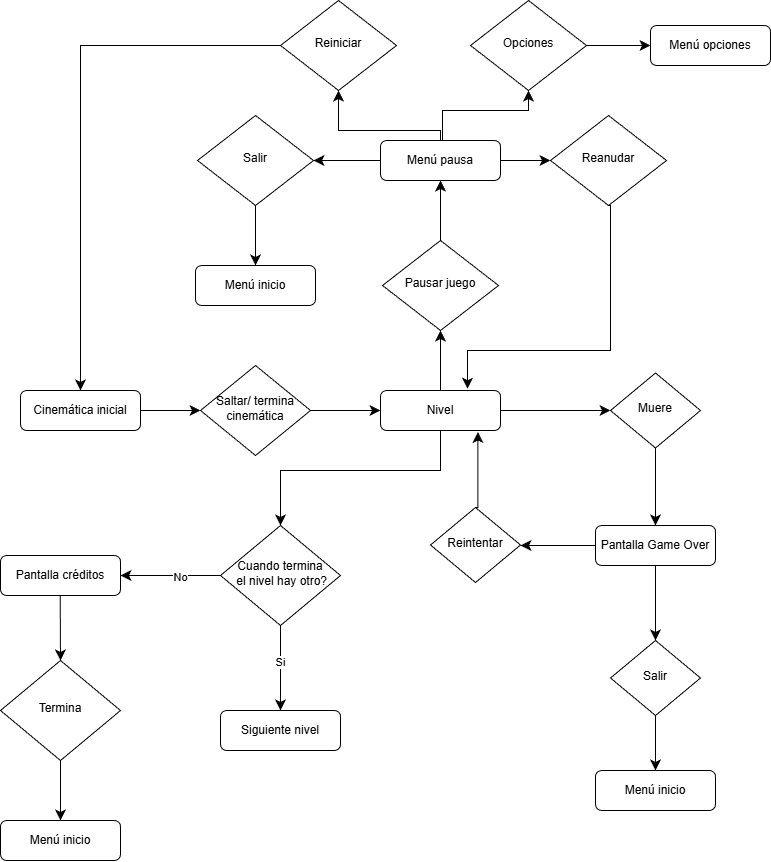
Earlier version of the draw.io export Imagenes_README/DiagramaflujoInGame.drawio.png (TheBigBoneTeam/Proyecto_Coyote). Source tidied: cells renumbered, new cells last; positions are measured from the earlier drawing's top-left corner, leaving out a move shared by most shapes.
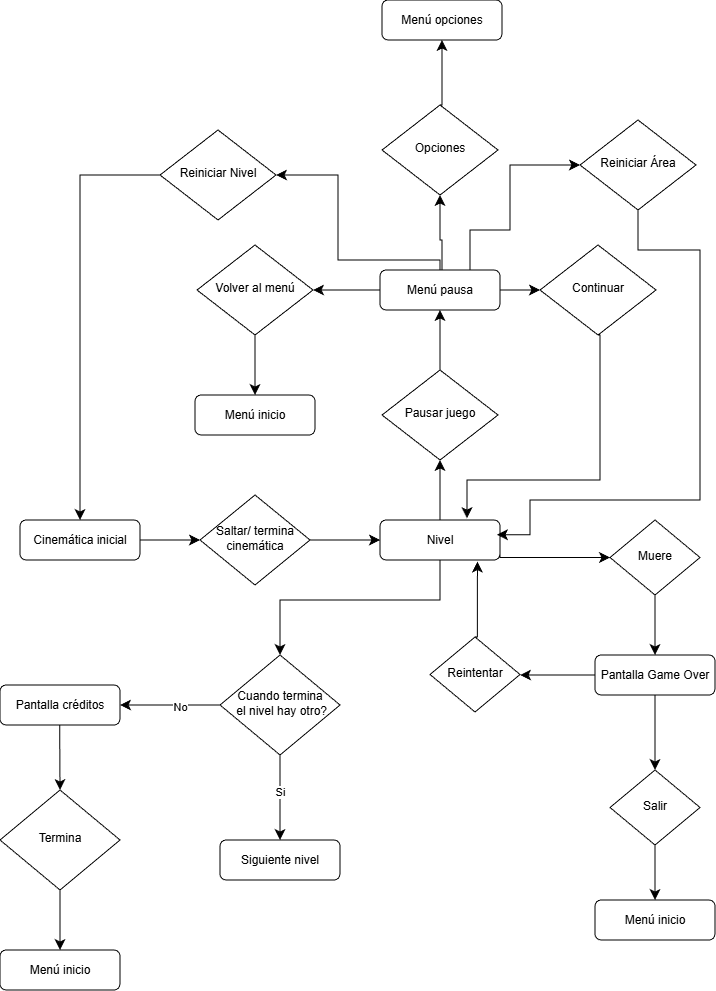
After the commit.

Diff of the diagram source:
```diff
@@ -58,24 +58,25 @@
     <mxCell id="18" style="edgeStyle=segmentEdgeStyle;endArrow=classic;html=1;curved=0;rounded=0;endSize=8;startSize=8;entryX=0.5;entryY=1;entryDx=0;entryDy=0;exitX=0.5;exitY=0;exitDx=0;exitDy=0;" parent="1" edge="1" source="8" target="2">
       <mxGeometry relative="1" as="geometry" />
     </mxCell>
-    <mxCell id="19" value="Reiniciar&lt;span style=&quot;color: rgba(0, 0, 0, 0); font-family: monospace; font-size: 0px; text-align: start; text-wrap-mode: nowrap;&quot;&gt;%3CmxGraphModel%3E%3Croot%3E%3CmxCell%20id%3D%220%22%2F%3E%3CmxCell%20id%3D%221%22%20parent%3D%220%22%2F%3E%3CmxCell%20id%3D%222%22%20value%3D%22Pausar%20juego%22%20style%3D%22rhombus%3BwhiteSpace%3Dwrap%3Bhtml%3D1%3Bshadow%3D0%3BfontFamily%3DHelvetica%3BfontSize%3D12%3Balign%3Dcenter%3BstrokeWidth%3D1%3Bspacing%3D6%3BspacingTop%3D-4%3B%22%20vertex%3D%221%22%20parent%3D%221%22%3E%3CmxGeometry%20x%3D%22402%22%20y%3D%22280%22%20width%3D%22116%22%20height%3D%2290%22%20as%3D%22geometry%22%2F%3E%3C%2FmxCell%3E%3C%2Froot%3E%3C%2FmxGraphModel%3E&lt;/span&gt;" style="rhombus;whiteSpace=wrap;html=1;shadow=0;fontFamily=Helvetica;fontSize=12;align=center;strokeWidth=1;spacing=6;spacingTop=-4;" parent="1" vertex="1">
-      <mxGeometry x="280" width="116" height="90" as="geometry" />
+    <mxCell id="19" value="Reiniciar Nivel&lt;span style=&quot;color: rgba(0, 0, 0, 0); font-family: monospace; font-size: 0px; text-align: start; text-wrap-mode: nowrap;&quot;&gt;%3CmxGraphModel%3E%3Croot%3E%3CmxCell%20id%3D%220%22%2F%3E%3CmxCell%20id%3D%221%22%20parent%3D%220%22%2F%3E%3CmxCell%20id%3D%222%22%20value%3D%22Pausar%20juego%22%20style%3D%22rhombus%3BwhiteSpace%3Dwrap%3Bhtml%3D1%3Bshadow%3D0%3BfontFamily%3DHelvetica%3BfontSize%3D12%3Balign%3Dcenter%3BstrokeWidth%3D1%3Bspacing%3D6%3BspacingTop%3D-4%3B%22%20vertex%3D%221%22%20parent%3D%221%22%3E%3CmxGeometry%20x%3D%22402%22%20y%3D%22280%22%20width%3D%22116%22%20height%3D%2290%22%20as%3D%22geometry%22%2F%3E%3C%2FmxCell%3E%3C%2Froot%3E%3C%2FmxGraphModel%3E&lt;/span&gt;" style="rhombus;whiteSpace=wrap;html=1;shadow=0;fontFamily=Helvetica;fontSize=12;align=center;strokeWidth=1;spacing=6;spacingTop=-4;" parent="1" vertex="1">
+      <mxGeometry x="160" width="116" height="90" as="geometry" />
     </mxCell>
-    <mxCell id="20" value="Reanudar" style="rhombus;whiteSpace=wrap;html=1;shadow=0;fontFamily=Helvetica;fontSize=12;align=center;strokeWidth=1;spacing=6;spacingTop=-4;" parent="1" vertex="1">
-      <mxGeometry x="550" y="115" width="116" height="90" as="geometry" />
+    <mxCell id="20" value="Continuar" style="rhombus;whiteSpace=wrap;html=1;shadow=0;fontFamily=Helvetica;fontSize=12;align=center;strokeWidth=1;spacing=6;spacingTop=-4;" parent="1" vertex="1">
+      <mxGeometry x="540" y="115" width="116" height="90" as="geometry" />
     </mxCell>
-    <mxCell id="21" value="Salir" style="rhombus;whiteSpace=wrap;html=1;shadow=0;fontFamily=Helvetica;fontSize=12;align=center;strokeWidth=1;spacing=6;spacingTop=-4;" parent="1" vertex="1">
+    <mxCell id="21" value="Volver al menú" style="rhombus;whiteSpace=wrap;html=1;shadow=0;fontFamily=Helvetica;fontSize=12;align=center;strokeWidth=1;spacing=6;spacingTop=-4;" parent="1" vertex="1">
       <mxGeometry x="197" y="115" width="116" height="90" as="geometry" />
     </mxCell>
     <mxCell id="22" style="edgeStyle=segmentEdgeStyle;endArrow=classic;html=1;curved=0;rounded=0;endSize=8;startSize=8;entryX=1;entryY=0.5;entryDx=0;entryDy=0;exitX=0;exitY=0.5;exitDx=0;exitDy=0;" parent="1" edge="1" source="2" target="21">
       <mxGeometry relative="1" as="geometry" />
     </mxCell>
-    <mxCell id="23" style="edgeStyle=segmentEdgeStyle;endArrow=classic;html=1;curved=0;rounded=0;endSize=8;startSize=8;entryX=0.5;entryY=1;entryDx=0;entryDy=0;" parent="1" edge="1" target="19">
+    <mxCell id="23" style="edgeStyle=segmentEdgeStyle;endArrow=classic;html=1;curved=0;rounded=0;endSize=8;startSize=8;entryX=1;entryY=0.5;entryDx=0;entryDy=0;" parent="1" edge="1" target="19">
       <mxGeometry relative="1" as="geometry">
         <mxPoint x="440" y="140" as="sourcePoint" />
         <Array as="points">
           <mxPoint x="440" y="130" />
           <mxPoint x="338" y="130" />
+          <mxPoint x="338" y="45" />
         </Array>
       </mxGeometry>
     </mxCell>
@@ -85,8 +86,8 @@
     <mxCell id="25" style="edgeStyle=segmentEdgeStyle;endArrow=classic;html=1;curved=0;rounded=0;endSize=8;startSize=8;entryX=0.725;entryY=-0.045;entryDx=0;entryDy=0;exitX=0.5;exitY=1;exitDx=0;exitDy=0;entryPerimeter=0;" parent="1" edge="1" source="20" target="4">
       <mxGeometry relative="1" as="geometry">
         <Array as="points">
-          <mxPoint x="610" y="205" />
-          <mxPoint x="610" y="350" />
+          <mxPoint x="600" y="205" />
+          <mxPoint x="600" y="350" />
           <mxPoint x="467" y="350" />
         </Array>
       </mxGeometry>
@@ -101,7 +102,7 @@
       <mxGeometry relative="1" as="geometry" />
     </mxCell>
     <mxCell id="29" value="Muere" style="rhombus;whiteSpace=wrap;html=1;shadow=0;fontFamily=Helvetica;fontSize=12;align=center;strokeWidth=1;spacing=6;spacingTop=-4;" parent="1" vertex="1">
-      <mxGeometry x="610" y="372.5" width="90" height="75" as="geometry" />
+      <mxGeometry x="610" y="390" width="90" height="75" as="geometry" />
     </mxCell>
     <mxCell id="30" value="Pantalla Game Over" style="rounded=1;whiteSpace=wrap;html=1;fontSize=12;glass=0;strokeWidth=1;shadow=0;" parent="1" vertex="1">
       <mxGeometry x="595" y="525" width="120" height="40" as="geometry" />
@@ -116,7 +117,11 @@
       <mxGeometry x="595" y="770" width="120" height="40" as="geometry" />
     </mxCell>
     <mxCell id="34" style="edgeStyle=segmentEdgeStyle;endArrow=classic;html=1;curved=0;rounded=0;endSize=8;startSize=8;entryX=0;entryY=0.5;entryDx=0;entryDy=0;exitX=1;exitY=0.5;exitDx=0;exitDy=0;" parent="1" edge="1" source="4" target="29">
-      <mxGeometry relative="1" as="geometry" />
+      <mxGeometry relative="1" as="geometry">
+        <Array as="points">
+          <mxPoint x="500" y="427" />
+        </Array>
+      </mxGeometry>
     </mxCell>
     <mxCell id="35" style="edgeStyle=segmentEdgeStyle;endArrow=classic;html=1;curved=0;rounded=0;endSize=8;startSize=8;entryX=0.5;entryY=0;entryDx=0;entryDy=0;exitX=0.5;exitY=1;exitDx=0;exitDy=0;" parent="1" edge="1" source="29" target="30">
       <mxGeometry relative="1" as="geometry" />
@@ -151,10 +156,10 @@
       </mxGeometry>
     </mxCell>
     <mxCell id="44" value="Opciones" style="rhombus;whiteSpace=wrap;html=1;shadow=0;fontFamily=Helvetica;fontSize=12;align=center;strokeWidth=1;spacing=6;spacingTop=-4;" parent="1" vertex="1">
-      <mxGeometry x="470" width="116" height="90" as="geometry" />
+      <mxGeometry x="382" y="-25" width="116" height="90" as="geometry" />
     </mxCell>
     <mxCell id="45" value="Menú opciones" style="rounded=1;whiteSpace=wrap;html=1;fontSize=12;glass=0;strokeWidth=1;shadow=0;" parent="1" vertex="1">
-      <mxGeometry x="650" y="25" width="120" height="40" as="geometry" />
+      <mxGeometry x="382" y="-130" width="120" height="40" as="geometry" />
     </mxCell>
     <mxCell id="46" style="edgeStyle=segmentEdgeStyle;endArrow=classic;html=1;curved=0;rounded=0;endSize=8;startSize=8;entryX=0.5;entryY=1;entryDx=0;entryDy=0;" parent="1" edge="1" target="44">
       <mxGeometry relative="1" as="geometry">
@@ -162,12 +167,36 @@
         <Array as="points">
           <mxPoint x="442" y="140" />
           <mxPoint x="442" y="110" />
-          <mxPoint x="528" y="110" />
+          <mxPoint x="440" y="110" />
+          <mxPoint x="440" y="80" />
         </Array>
       </mxGeometry>
     </mxCell>
-    <mxCell id="47" style="edgeStyle=segmentEdgeStyle;endArrow=classic;html=1;curved=0;rounded=0;endSize=8;startSize=8;entryX=0;entryY=0.5;entryDx=0;entryDy=0;exitX=1;exitY=0.5;exitDx=0;exitDy=0;" parent="1" edge="1" source="44" target="45">
+    <mxCell id="47" style="edgeStyle=segmentEdgeStyle;endArrow=classic;html=1;curved=0;rounded=0;endSize=8;startSize=8;entryX=0.5;entryY=1;entryDx=0;entryDy=0;exitX=0.5;exitY=0;exitDx=0;exitDy=0;" parent="1" edge="1" source="44" target="45">
       <mxGeometry relative="1" as="geometry" />
     </mxCell>
+    <mxCell id="48" value="Reiniciar Área" style="rhombus;whiteSpace=wrap;html=1;shadow=0;fontFamily=Helvetica;fontSize=12;align=center;strokeWidth=1;spacing=6;spacingTop=-4;" parent="1" vertex="1">
+      <mxGeometry x="580" y="-10" width="116" height="90" as="geometry" />
+    </mxCell>
+    <mxCell id="49" style="edgeStyle=segmentEdgeStyle;endArrow=classic;html=1;curved=0;rounded=0;endSize=8;startSize=8;entryX=0;entryY=0.5;entryDx=0;entryDy=0;exitX=0.75;exitY=0;exitDx=0;exitDy=0;" parent="1" edge="1" source="2" target="48">
+      <mxGeometry relative="1" as="geometry">
+        <Array as="points">
+          <mxPoint x="470" y="100" />
+          <mxPoint x="510" y="100" />
+          <mxPoint x="510" y="35" />
+        </Array>
+      </mxGeometry>
+    </mxCell>
+    <mxCell id="50" style="edgeStyle=segmentEdgeStyle;endArrow=classic;html=1;curved=0;rounded=0;endSize=8;startSize=8;entryX=0.975;entryY=0.368;entryDx=0;entryDy=0;exitX=0.5;exitY=1;exitDx=0;exitDy=0;entryPerimeter=0;" parent="1" edge="1" source="48" target="4">
+      <mxGeometry relative="1" as="geometry">
+        <Array as="points">
+          <mxPoint x="638" y="120" />
+          <mxPoint x="700" y="120" />
+          <mxPoint x="700" y="370" />
+          <mxPoint x="530" y="370" />
+          <mxPoint x="530" y="405" />
+        </Array>
+      </mxGeometry>
+    </mxCell>
   </root>
 </mxGraphModel>
```
